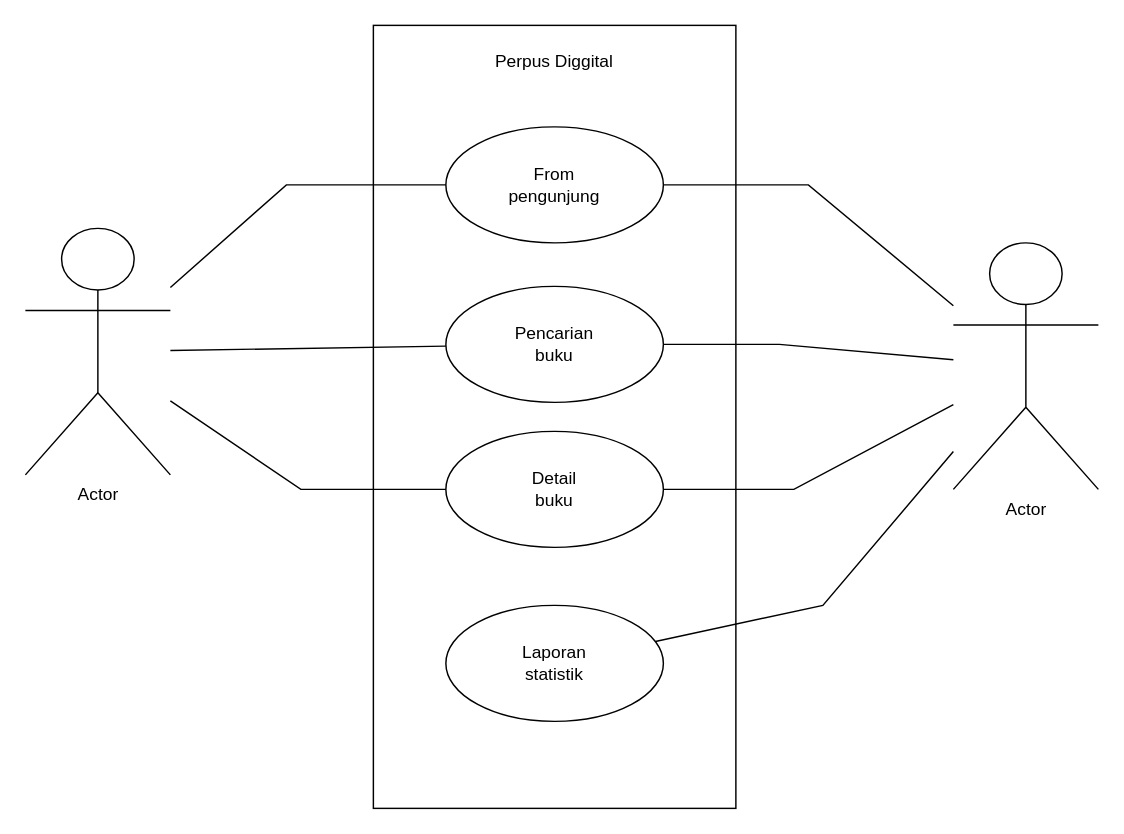
This is use-caseDiagram.drawio from ghipariiiii/perpusdigital, a draw.io file, before an edit. Source tidied: cells renumbered, new cells numbered last; positions are measured from the earlier drawing's top-left corner, leaving out a move shared by most shapes. Both pictures are drawn from the tidied source at 145%, with x=0, y=0 at pixel (25, 25).
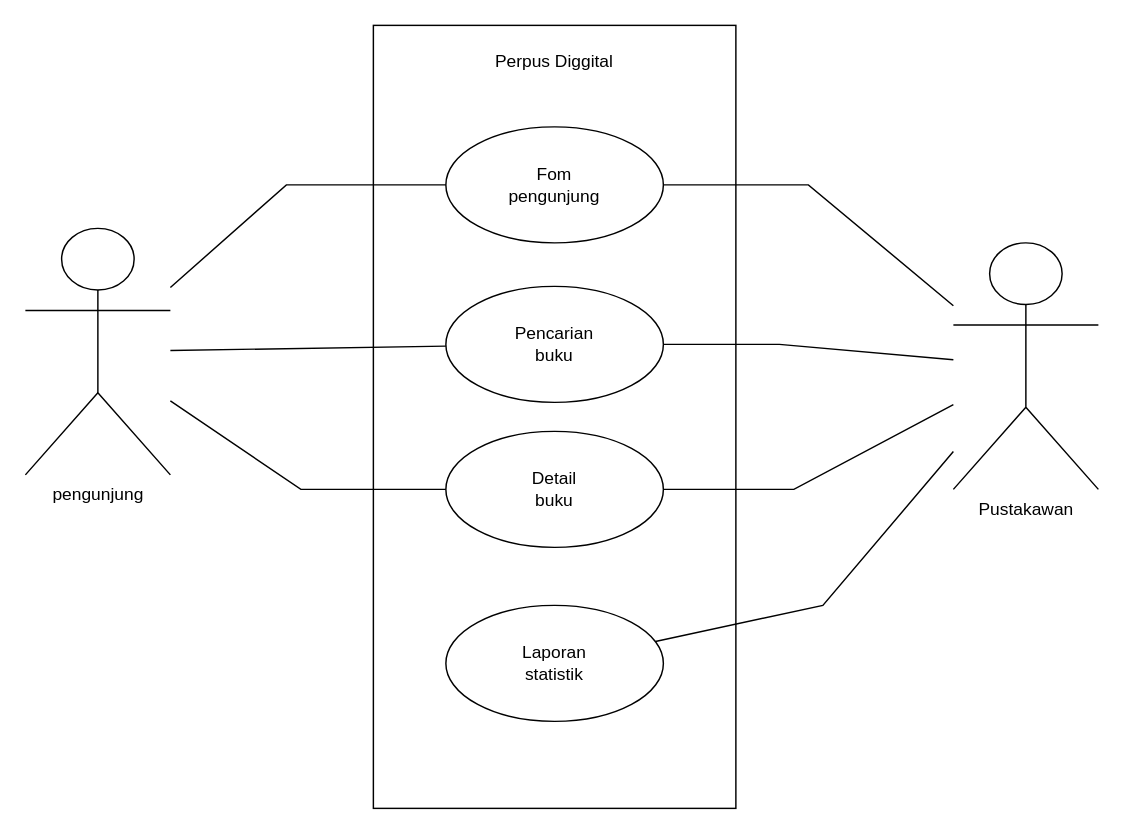
The same page after the edit.

Change to the diagram source:
```diff
@@
-    <mxCell id="8" value="From pengunjung" style="text;html=1;align=center;verticalAlign=middle;whiteSpace=wrap;rounded=0;" parent="1" vertex="1">
+    <mxCell id="8" value="Fom pengunjung" style="text;html=1;align=center;verticalAlign=middle;whiteSpace=wrap;rounded=0;" parent="1" vertex="1">
       <mxGeometry x="335" y="95" width="60" height="30" as="geometry" />
     </mxCell>
@@
-    <mxCell id="12" value="Actor" style="shape=umlActor;verticalLabelPosition=bottom;verticalAlign=top;html=1;outlineConnect=0;" parent="1" vertex="1">
+    <mxCell id="12" value="pengunjung" style="shape=umlActor;verticalLabelPosition=bottom;verticalAlign=top;html=1;outlineConnect=0;" parent="1" vertex="1">
       <mxGeometry y="140" width="100" height="170" as="geometry" />
     </mxCell>
-    <mxCell id="13" value="Actor" style="shape=umlActor;verticalLabelPosition=bottom;verticalAlign=top;html=1;outlineConnect=0;" parent="1" vertex="1">
+    <mxCell id="13" value="Pustakawan" style="shape=umlActor;verticalLabelPosition=bottom;verticalAlign=top;html=1;outlineConnect=0;" parent="1" vertex="1">
       <mxGeometry x="640" y="150" width="100" height="170" as="geometry" />
     </mxCell>
```
